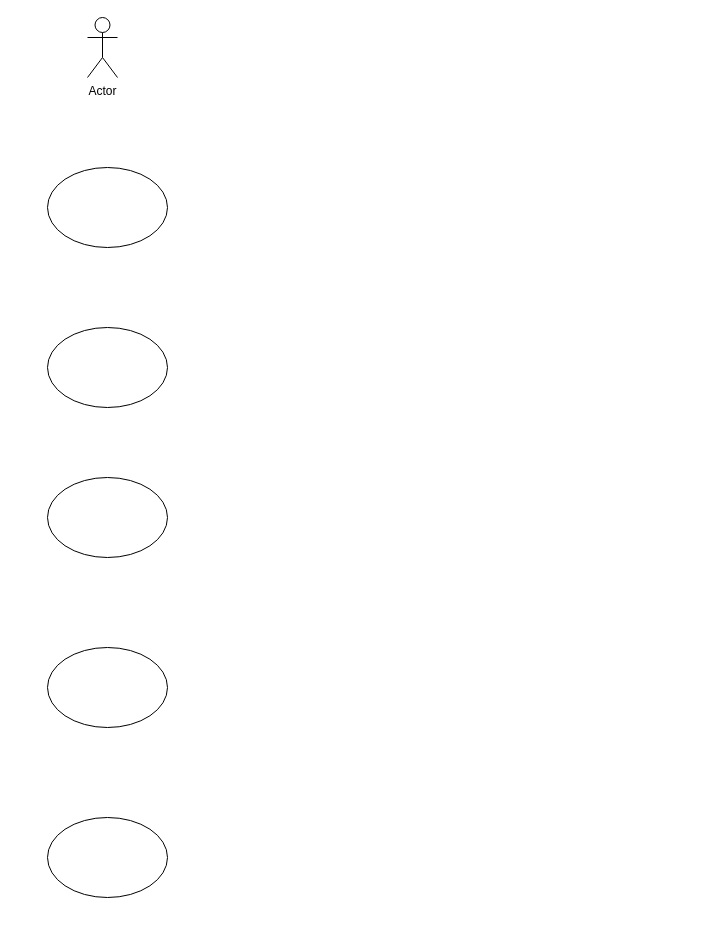
The draw.io diagram Caso de uso.drawio in josecastilloUai/Diagramas, before the edit. Source tidied: cells renumbered, new cells numbered last; positions are measured from the earlier drawing's top-left corner, leaving out a move shared by most shapes. Both pictures are drawn from the tidied source at 100%, with x=0, y=0 at pixel (47, 17).
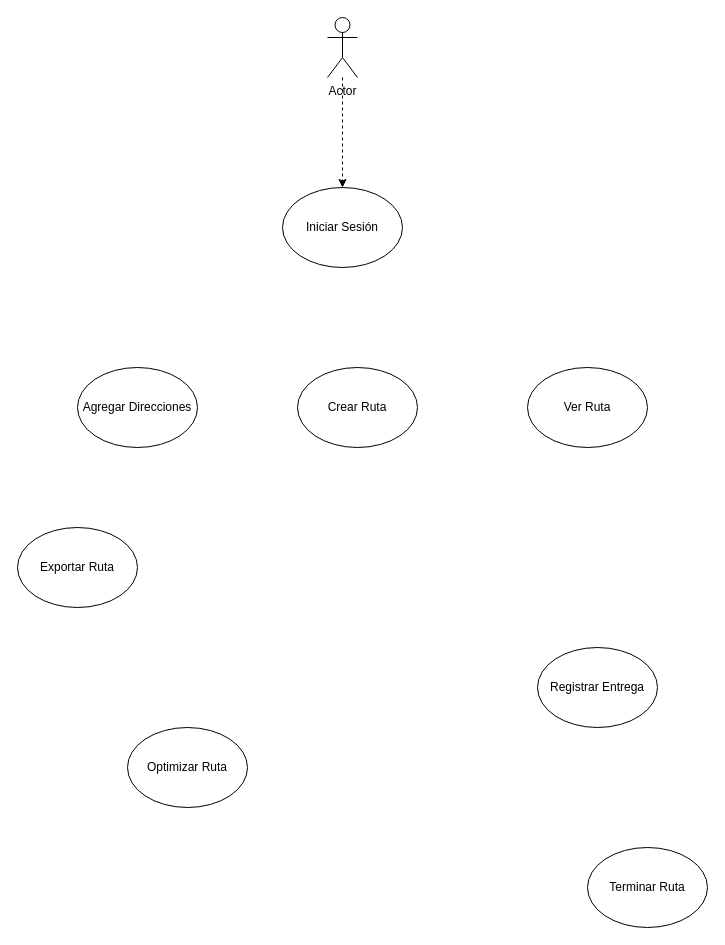
After the change.

The edit, as a diff of the source:
```diff
@@
 <mxGraphModel>
   <root>
     <mxCell id="0" />
     <mxCell id="1" parent="0" />
+    <mxCell id="8" style="edgeStyle=orthogonalEdgeStyle;rounded=0;jettySize=auto;html=1;dashed=1;" parent="1" edge="1" source="2" target="3">
+      <mxGeometry relative="1" as="geometry" />
+    </mxCell>
     <mxCell id="2" value="Actor" style="shape=umlActor;verticalLabelPosition=bottom;verticalAlign=top;html=1;outlineConnect=0;" parent="1" vertex="1">
-      <mxGeometry x="40" width="30" height="60" as="geometry" />
+      <mxGeometry x="280" width="30" height="60" as="geometry" />
     </mxCell>
-    <mxCell id="3" style="ellipse;whiteSpace=wrap;html=1;" parent="1" vertex="1">
-      <mxGeometry y="150" width="120" height="80" as="geometry" />
+    <mxCell id="3" value="Iniciar Sesión" style="ellipse;whiteSpace=wrap;html=1;" parent="1" vertex="1">
+      <mxGeometry x="235" y="170" width="120" height="80" as="geometry" />
     </mxCell>
-    <mxCell id="4" style="ellipse;whiteSpace=wrap;html=1;" parent="1" vertex="1">
-      <mxGeometry y="310" width="120" height="80" as="geometry" />
+    <mxCell id="4" value="Crear Ruta" style="ellipse;whiteSpace=wrap;html=1;" parent="1" vertex="1">
+      <mxGeometry x="250" y="350" width="120" height="80" as="geometry" />
     </mxCell>
-    <mxCell id="5" style="ellipse;whiteSpace=wrap;html=1;" parent="1" vertex="1">
-      <mxGeometry y="800" width="120" height="80" as="geometry" />
+    <mxCell id="5" value="Ver Ruta" style="ellipse;whiteSpace=wrap;html=1;" parent="1" vertex="1">
+      <mxGeometry x="480" y="350" width="120" height="80" as="geometry" />
     </mxCell>
-    <mxCell id="6" style="ellipse;whiteSpace=wrap;html=1;" parent="1" vertex="1">
-      <mxGeometry y="460" width="120" height="80" as="geometry" />
+    <mxCell id="6" value="Agregar Direcciones" style="ellipse;whiteSpace=wrap;html=1;" parent="1" vertex="1">
+      <mxGeometry x="30" y="350" width="120" height="80" as="geometry" />
     </mxCell>
-    <mxCell id="7" style="ellipse;whiteSpace=wrap;html=1;" parent="1" vertex="1">
-      <mxGeometry y="630" width="120" height="80" as="geometry" />
+    <mxCell id="7" value="Optimizar Ruta " style="ellipse;whiteSpace=wrap;html=1;" parent="1" vertex="1">
+      <mxGeometry x="80" y="710" width="120" height="80" as="geometry" />
     </mxCell>
+    <mxCell id="9" value=" Exportar Ruta" style="ellipse;whiteSpace=wrap;html=1;" parent="1" vertex="1">
+      <mxGeometry x="-30" y="510" width="120" height="80" as="geometry" />
+    </mxCell>
+    <mxCell id="10" value="Registrar Entrega" style="ellipse;whiteSpace=wrap;html=1;" parent="1" vertex="1">
+      <mxGeometry x="490" y="630" width="120" height="80" as="geometry" />
+    </mxCell>
+    <mxCell id="11" value="Terminar Ruta " style="ellipse;whiteSpace=wrap;html=1;" parent="1" vertex="1">
+      <mxGeometry x="540" y="830" width="120" height="80" as="geometry" />
+    </mxCell>
   </root>
 </mxGraphModel>
```
